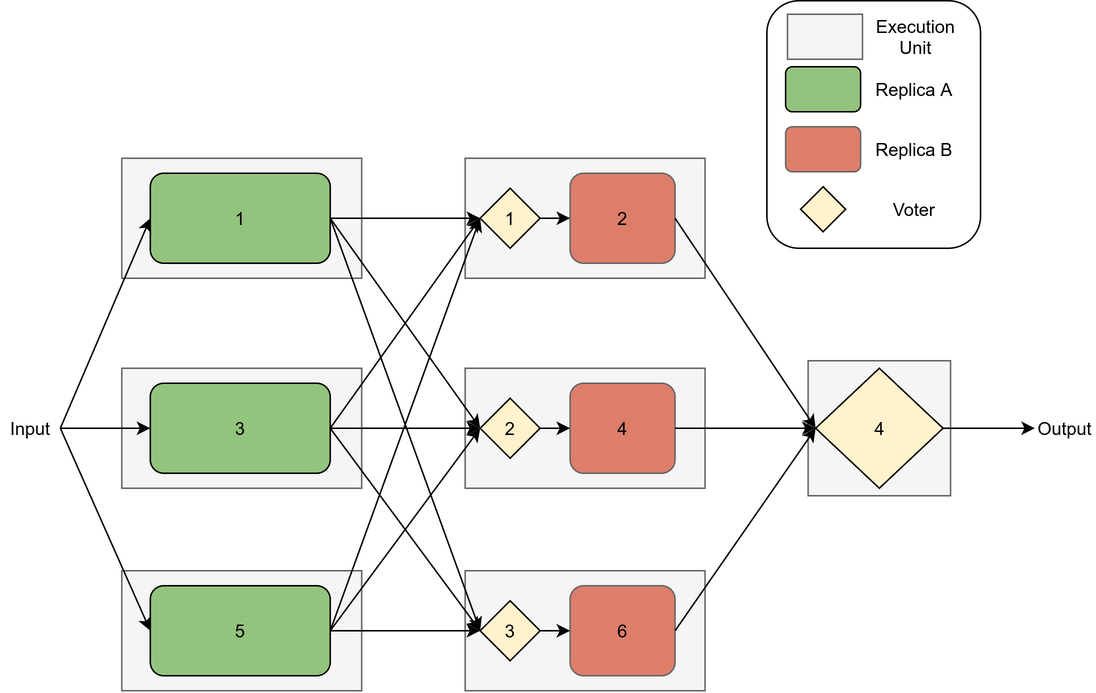
The draw.io diagram images/InterconnectedVoterPipeline.png in Boffmann/masterThesis, before a commit. Source tidied: cells renumbered, new cells last; positions are measured from the earlier drawing's top-left corner, leaving out a move shared by most shapes.
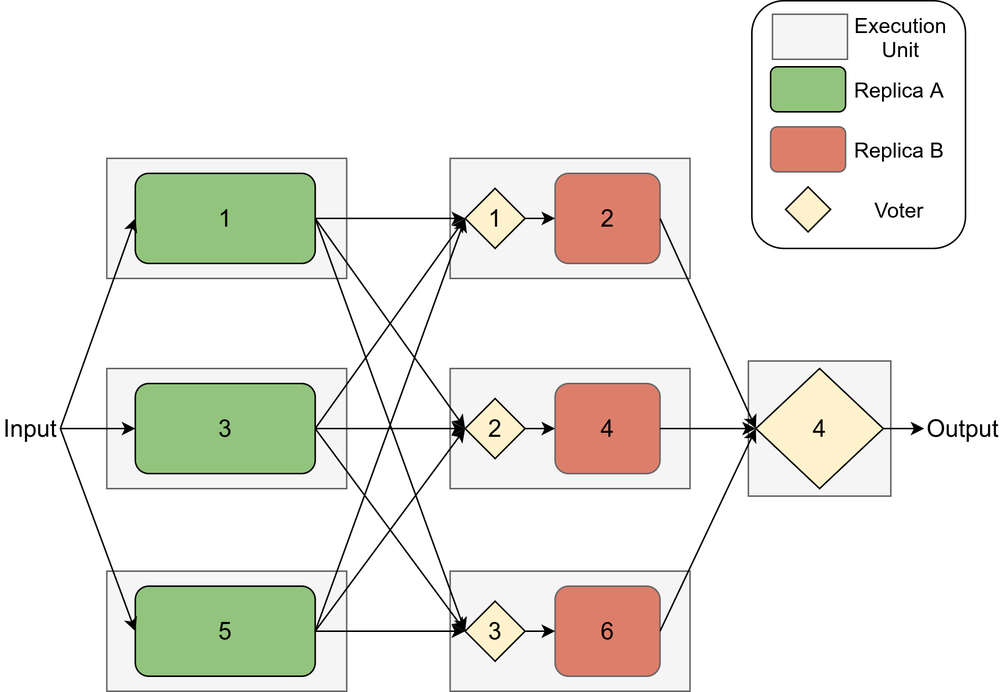
After the change.

Change to the diagram source:
```diff
@@ -3,7 +3,7 @@
     <mxCell id="0" />
     <mxCell id="1" parent="0" />
     <mxCell id="2" style="rounded=0;whiteSpace=wrap;html=1;fillColor=#f5f5f5;strokeColor=#666666;fontColor=#333333;" parent="1" vertex="1">
-      <mxGeometry x="538.5" y="240" width="95" height="90" as="geometry" />
+      <mxGeometry x="508.7" y="240" width="95" height="90" as="geometry" />
     </mxCell>
     <mxCell id="3" style="rounded=0;whiteSpace=wrap;html=1;fillColor=#f5f5f5;strokeColor=#666666;fontColor=#333333;" parent="1" vertex="1">
       <mxGeometry x="309.8" y="245" width="160" height="80" as="geometry" />
@@ -17,13 +17,13 @@
     <mxCell id="6" style="rounded=0;whiteSpace=wrap;html=1;fillColor=#f5f5f5;strokeColor=#666666;fontColor=#333333;" parent="1" vertex="1">
       <mxGeometry x="309.8" y="105" width="160" height="80" as="geometry" />
     </mxCell>
-    <mxCell id="7" value="1" style="rounded=1;whiteSpace=wrap;html=1;fillColor=#93C47D;" parent="1" vertex="1">
+    <mxCell id="7" value="&lt;font style=&quot;font-size: 16px&quot;&gt;1&lt;/font&gt;" style="rounded=1;whiteSpace=wrap;html=1;fillColor=#93C47D;" parent="1" vertex="1">
       <mxGeometry x="99.8" y="115" width="120" height="60" as="geometry" />
     </mxCell>
-    <mxCell id="8" value="4" style="rounded=1;whiteSpace=wrap;html=1;strokeColor=#666666;fillColor=#DD7E6B;" parent="1" vertex="1">
+    <mxCell id="8" value="&lt;font style=&quot;font-size: 16px&quot;&gt;4&lt;/font&gt;" style="rounded=1;whiteSpace=wrap;html=1;strokeColor=#666666;fillColor=#DD7E6B;" parent="1" vertex="1">
       <mxGeometry x="379.8" y="255" width="70" height="60" as="geometry" />
     </mxCell>
-    <mxCell id="9" value="2" style="rounded=1;whiteSpace=wrap;html=1;strokeColor=#666666;fillColor=#DD7E6B;" parent="1" vertex="1">
+    <mxCell id="9" value="&lt;font style=&quot;font-size: 16px&quot;&gt;2&lt;/font&gt;" style="rounded=1;whiteSpace=wrap;html=1;strokeColor=#666666;fillColor=#DD7E6B;" parent="1" vertex="1">
       <mxGeometry x="379.8" y="115" width="70" height="60" as="geometry" />
     </mxCell>
     <mxCell id="10" style="endArrow=classic;html=1;exitX=1;exitY=0.5;exitDx=0;exitDy=0;entryX=0;entryY=0.5;entryDx=0;entryDy=0;" parent="1" edge="1" source="8" target="19">
@@ -32,16 +32,16 @@
     <mxCell id="11" style="endArrow=classic;html=1;exitX=1;exitY=0.5;exitDx=0;exitDy=0;entryX=0;entryY=0.5;entryDx=0;entryDy=0;" parent="1" edge="1" source="9" target="19">
       <mxGeometry relative="1" as="geometry" />
     </mxCell>
-    <mxCell id="12" value="Input" style="text;html=1;strokeColor=none;fillColor=none;align=center;verticalAlign=middle;whiteSpace=wrap;rounded=0;" parent="1" vertex="1">
-      <mxGeometry x="-0.2" y="275" width="40" height="20" as="geometry" />
+    <mxCell id="12" value="&lt;font style=&quot;font-size: 16px&quot;&gt;Input&lt;/font&gt;" style="text;html=1;strokeColor=none;fillColor=none;align=center;verticalAlign=middle;whiteSpace=wrap;rounded=0;" parent="1" vertex="1">
+      <mxGeometry x="9.8" y="275" width="40" height="20" as="geometry" />
     </mxCell>
-    <mxCell id="13" value="Output" style="text;html=1;strokeColor=none;fillColor=none;align=center;verticalAlign=middle;whiteSpace=wrap;rounded=0;" parent="1" vertex="1">
-      <mxGeometry x="689.8" y="275" width="40" height="20" as="geometry" />
+    <mxCell id="13" value="&lt;font style=&quot;font-size: 16px&quot;&gt;Output&lt;/font&gt;" style="text;html=1;strokeColor=none;fillColor=none;align=center;verticalAlign=middle;whiteSpace=wrap;rounded=0;" parent="1" vertex="1">
+      <mxGeometry x="631.5" y="275" width="40" height="20" as="geometry" />
     </mxCell>
     <mxCell id="14" style="endArrow=classic;html=1;exitX=1;exitY=0.5;exitDx=0;exitDy=0;entryX=0;entryY=0.5;entryDx=0;entryDy=0;" parent="1" edge="1" source="12" target="7">
       <mxGeometry relative="1" as="geometry" />
     </mxCell>
-    <mxCell id="15" value="3" style="rounded=1;whiteSpace=wrap;html=1;fillColor=#93C47D;" parent="1" vertex="1">
+    <mxCell id="15" value="&lt;font style=&quot;font-size: 16px&quot;&gt;3&lt;/font&gt;" style="rounded=1;whiteSpace=wrap;html=1;fillColor=#93C47D;" parent="1" vertex="1">
       <mxGeometry x="99.8" y="255" width="120" height="60" as="geometry" />
     </mxCell>
     <mxCell id="16" style="endArrow=classic;html=1;entryX=0;entryY=0.5;entryDx=0;entryDy=0;exitX=1;exitY=0.5;exitDx=0;exitDy=0;" parent="1" edge="1" source="12" target="15">
@@ -53,13 +53,13 @@
     <mxCell id="18" style="endArrow=classic;html=1;exitX=1;exitY=0.5;exitDx=0;exitDy=0;entryX=0;entryY=0.5;entryDx=0;entryDy=0;" parent="1" edge="1" source="15" target="21">
       <mxGeometry relative="1" as="geometry" />
     </mxCell>
-    <mxCell id="19" value="4" style="rhombus;whiteSpace=wrap;html=1;fillColor=#FFF2CC;" parent="1" vertex="1">
-      <mxGeometry x="543.5" y="245" width="85" height="80" as="geometry" />
+    <mxCell id="19" value="&lt;font style=&quot;font-size: 16px&quot;&gt;4&lt;/font&gt;" style="rhombus;whiteSpace=wrap;html=1;fillColor=#FFF2CC;" parent="1" vertex="1">
+      <mxGeometry x="513.7" y="245" width="85" height="80" as="geometry" />
     </mxCell>
-    <mxCell id="20" value="1" style="rhombus;whiteSpace=wrap;html=1;fillColor=#FFF2CC;" parent="1" vertex="1">
+    <mxCell id="20" value="&lt;font style=&quot;font-size: 16px&quot;&gt;1&lt;/font&gt;" style="rhombus;whiteSpace=wrap;html=1;fillColor=#FFF2CC;" parent="1" vertex="1">
       <mxGeometry x="319.8" y="125" width="40" height="40" as="geometry" />
     </mxCell>
-    <mxCell id="21" value="2" style="rhombus;whiteSpace=wrap;html=1;fillColor=#FFF2CC;" parent="1" vertex="1">
+    <mxCell id="21" value="&lt;font style=&quot;font-size: 16px&quot;&gt;2&lt;/font&gt;" style="rhombus;whiteSpace=wrap;html=1;fillColor=#FFF2CC;" parent="1" vertex="1">
       <mxGeometry x="319.8" y="265" width="40" height="40" as="geometry" />
     </mxCell>
     <mxCell id="22" style="endArrow=classic;html=1;exitX=1;exitY=0.5;exitDx=0;exitDy=0;entryX=0;entryY=0.5;entryDx=0;entryDy=0;" parent="1" edge="1" source="21" target="8">
@@ -80,43 +80,45 @@
     <mxCell id="27" style="rounded=0;whiteSpace=wrap;html=1;fillColor=#f5f5f5;strokeColor=#666666;fontColor=#333333;" parent="1" vertex="1">
       <mxGeometry x="524.8" y="9" width="50" height="30" as="geometry" />
     </mxCell>
-    <mxCell id="28" value="Execution&lt;br&gt;Unit" style="text;html=1;align=center;verticalAlign=middle;" parent="1" vertex="1">
-      <mxGeometry x="574.8" y="9" width="70" height="30" as="geometry" />
+    <mxCell id="28" value="&lt;font style=&quot;font-size: 14px&quot;&gt;Execution&lt;br&gt;Unit&lt;/font&gt;" style="text;html=1;align=center;verticalAlign=middle;" parent="1" vertex="1">
+      <mxGeometry x="569.8" y="4" width="80" height="40" as="geometry" />
     </mxCell>
     <mxCell id="29" style="rounded=1;whiteSpace=wrap;html=1;strokeColor=#666666;fillColor=#DD7E6B;" parent="1" vertex="1">
       <mxGeometry x="523.5" y="84" width="50" height="30" as="geometry" />
     </mxCell>
-    <mxCell id="30" value="Replica B" style="text;html=1;align=center;verticalAlign=middle;" parent="1" vertex="1">
-      <mxGeometry x="573.5" y="89" width="70" height="20" as="geometry" />
+    <mxCell id="30" value="&lt;font style=&quot;font-size: 14px&quot;&gt;Replica B&lt;/font&gt;" style="text;html=1;align=center;verticalAlign=middle;" parent="1" vertex="1">
+      <mxGeometry x="568.5" y="89" width="80" height="20" as="geometry" />
     </mxCell>
     <mxCell id="31" style="rhombus;whiteSpace=wrap;html=1;fillColor=#FFF2CC;" parent="1" vertex="1">
       <mxGeometry x="533.5" y="124" width="30" height="30" as="geometry" />
     </mxCell>
-    <mxCell id="32" value="Voter" style="text;html=1;align=center;verticalAlign=middle;" parent="1" vertex="1">
-      <mxGeometry x="588.5" y="129" width="40" height="20" as="geometry" />
+    <mxCell id="32" value="&lt;font style=&quot;font-size: 14px&quot;&gt;Voter&lt;/font&gt;" style="text;html=1;align=center;verticalAlign=middle;" parent="1" vertex="1">
+      <mxGeometry x="583.5" y="129" width="50" height="20" as="geometry" />
     </mxCell>
     <mxCell id="33" style="rounded=1;whiteSpace=wrap;html=1;fillColor=#93C47D;" parent="1" vertex="1">
       <mxGeometry x="523.5" y="44" width="50" height="30" as="geometry" />
     </mxCell>
-    <mxCell id="34" value="Replica A" style="text;html=1;align=center;verticalAlign=middle;" parent="1" vertex="1">
+    <mxCell id="34" value="&lt;font style=&quot;font-size: 14px&quot;&gt;Replica A&lt;/font&gt;" style="text;html=1;align=center;verticalAlign=middle;" parent="1" vertex="1">
       <mxGeometry x="573.5" y="49" width="70" height="20" as="geometry" />
     </mxCell>
-    <mxCell id="35" style="endArrow=classic;html=1;exitX=1;exitY=0.5;exitDx=0;exitDy=0;entryX=0;entryY=0.5;entryDx=0;entryDy=0;" parent="1" edge="1" source="19" target="13">
-      <mxGeometry relative="1" as="geometry" />
+    <mxCell id="35" style="endArrow=classic;html=1;exitX=1;exitY=0.5;exitDx=0;exitDy=0;" parent="1" edge="1" source="19">
+      <mxGeometry relative="1" as="geometry">
+        <mxPoint x="626" y="285" as="targetPoint" />
+      </mxGeometry>
     </mxCell>
     <mxCell id="36" style="rounded=0;whiteSpace=wrap;html=1;fillColor=#f5f5f5;strokeColor=#666666;fontColor=#333333;" parent="1" vertex="1">
       <mxGeometry x="80.8" y="380" width="160" height="80" as="geometry" />
     </mxCell>
-    <mxCell id="37" value="5" style="rounded=1;whiteSpace=wrap;html=1;fillColor=#93C47D;" parent="1" vertex="1">
+    <mxCell id="37" value="&lt;font style=&quot;font-size: 16px&quot;&gt;5&lt;/font&gt;" style="rounded=1;whiteSpace=wrap;html=1;fillColor=#93C47D;" parent="1" vertex="1">
       <mxGeometry x="99.8" y="390" width="120" height="60" as="geometry" />
     </mxCell>
     <mxCell id="38" style="rounded=0;whiteSpace=wrap;html=1;fillColor=#f5f5f5;strokeColor=#666666;fontColor=#333333;" parent="1" vertex="1">
       <mxGeometry x="309.8" y="380" width="160" height="80" as="geometry" />
     </mxCell>
-    <mxCell id="39" value="6" style="rounded=1;whiteSpace=wrap;html=1;strokeColor=#666666;fillColor=#DD7E6B;" parent="1" vertex="1">
+    <mxCell id="39" value="&lt;font style=&quot;font-size: 16px&quot;&gt;6&lt;/font&gt;" style="rounded=1;whiteSpace=wrap;html=1;strokeColor=#666666;fillColor=#DD7E6B;" parent="1" vertex="1">
       <mxGeometry x="379.8" y="390" width="70" height="60" as="geometry" />
     </mxCell>
-    <mxCell id="40" value="3" style="rhombus;whiteSpace=wrap;html=1;fillColor=#FFF2CC;" parent="1" vertex="1">
+    <mxCell id="40" value="&lt;font style=&quot;font-size: 16px&quot;&gt;3&lt;/font&gt;" style="rhombus;whiteSpace=wrap;html=1;fillColor=#FFF2CC;" parent="1" vertex="1">
       <mxGeometry x="319.8" y="400" width="40" height="40" as="geometry" />
     </mxCell>
     <mxCell id="41" style="endArrow=classic;html=1;exitX=1;exitY=0.5;exitDx=0;exitDy=0;entryX=0;entryY=0.5;entryDx=0;entryDy=0;" parent="1" edge="1" source="40" target="39">
```
